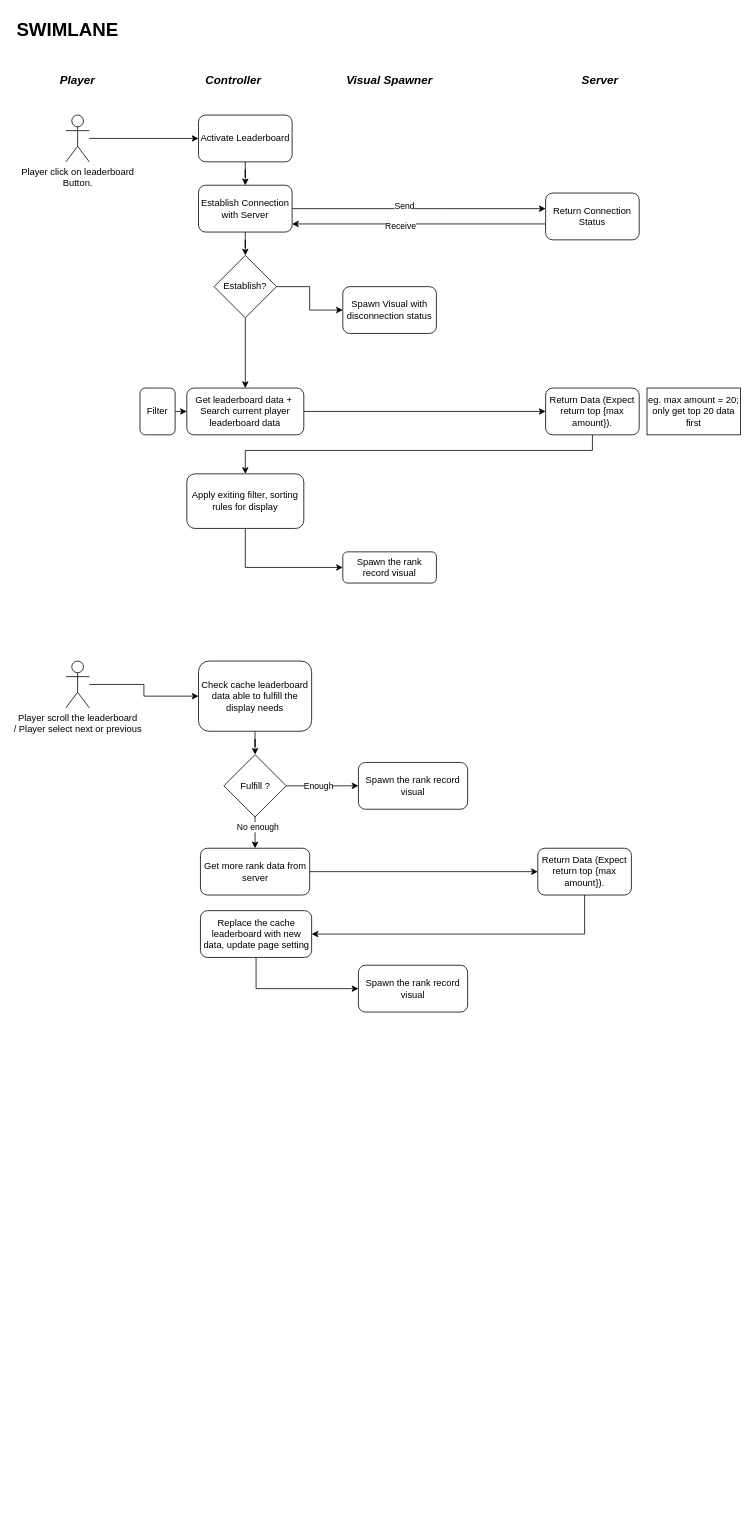
This is page "DRAFT" (9 of 10) of GameUMLDiagram.drawio from JuenWeiHashcode/GameDocumentation, a draw.io file, before an edit. Source tidied: cells renumbered, new cells numbered last; positions are measured from the earlier drawing's top-left corner, leaving out a move shared by most shapes. Both pictures are drawn from the tidied source at 78%, with x=0, y=0 at pixel (15, 13).
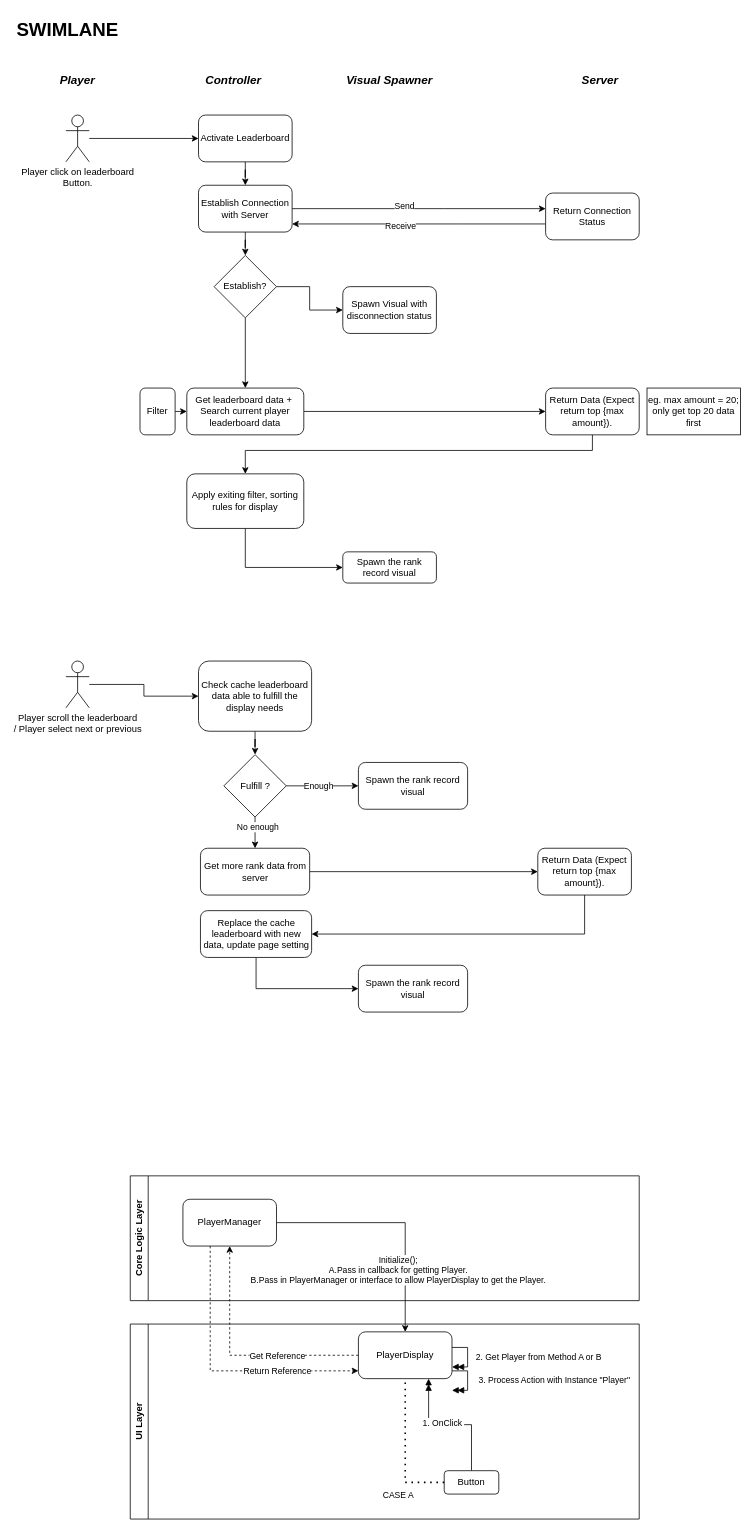
After the change.

Change to the diagram source:
```diff
@@
+    <mxCell id="49" style="edgeStyle=orthogonalEdgeStyle;rounded=0;jettySize=auto;html=1;" parent="1" edge="1" source="53" target="56">
+      <mxGeometry relative="1" as="geometry" />
+    </mxCell>
+    <mxCell id="50" value="Initialize();&lt;div&gt;A.Pass in callback for getting Player.&lt;/div&gt;&lt;div&gt;B.Pass in PlayerManager or interface to allow PlayerDisplay to get the Player.&lt;/div&gt;" style="edgeLabel;html=1;align=center;verticalAlign=middle;" parent="49" vertex="1">
+      <mxGeometry x="-0.38" y="1" relative="1" as="geometry">
+        <mxPoint x="60" y="61" as="offset" />
+      </mxGeometry>
+    </mxCell>
+    <mxCell id="51" style="edgeStyle=orthogonalEdgeStyle;rounded=0;jettySize=auto;html=1;dashed=1;" parent="1" edge="1" source="53" target="56">
+      <mxGeometry relative="1" as="geometry">
+        <Array as="points">
+          <mxPoint x="250" y="1740" />
+        </Array>
+      </mxGeometry>
+    </mxCell>
+    <mxCell id="52" value="Return Reference" style="edgeLabel;html=1;align=center;verticalAlign=middle;" parent="51" vertex="1">
+      <mxGeometry x="0.04" y="2" relative="1" as="geometry">
+        <mxPoint x="63" y="2" as="offset" />
+      </mxGeometry>
+    </mxCell>
+    <mxCell id="53" value="PlayerManager" style="rounded=1;whiteSpace=wrap;html=1;" parent="1" vertex="1">
+      <mxGeometry x="215" y="1520" width="120" height="60" as="geometry" />
+    </mxCell>
+    <mxCell id="54" style="edgeStyle=orthogonalEdgeStyle;rounded=0;jettySize=auto;html=1;entryX=0.5;entryY=1;entryDx=0;entryDy=0;dashed=1;" parent="1" edge="1" source="56" target="53">
+      <mxGeometry relative="1" as="geometry" />
+    </mxCell>
+    <mxCell id="55" value="Get Reference" style="edgeLabel;html=1;align=center;verticalAlign=middle;" parent="54" vertex="1">
+      <mxGeometry x="0.27" relative="1" as="geometry">
+        <mxPoint x="60" y="29" as="offset" />
+      </mxGeometry>
+    </mxCell>
+    <mxCell id="56" value="PlayerDisplay" style="rounded=1;whiteSpace=wrap;html=1;" parent="1" vertex="1">
+      <mxGeometry x="440" y="1690" width="120" height="60" as="geometry" />
+    </mxCell>
+    <mxCell id="57" style="edgeStyle=orthogonalEdgeStyle;rounded=0;jettySize=auto;html=1;entryX=0.75;entryY=1;entryDx=0;entryDy=0;endArrow=doubleBlock;endFill=1;" parent="1" edge="1" source="59" target="56">
+      <mxGeometry relative="1" as="geometry" />
+    </mxCell>
+    <mxCell id="58" value="1. OnClick&amp;nbsp;" style="edgeLabel;html=1;align=center;verticalAlign=middle;" parent="57" vertex="1">
+      <mxGeometry x="0.11" y="-3" relative="1" as="geometry" />
+    </mxCell>
+    <mxCell id="59" value="Button" style="rounded=1;whiteSpace=wrap;html=1;" parent="1" vertex="1">
+      <mxGeometry x="550" y="1868" width="70" height="30" as="geometry" />
+    </mxCell>
+    <mxCell id="60" style="endArrow=none;dashed=1;html=1;dashPattern=1 3;strokeWidth=2;rounded=0;exitX=0;exitY=0.5;exitDx=0;exitDy=0;entryX=0.5;entryY=1;entryDx=0;entryDy=0;" parent="1" edge="1" source="59" target="56">
+      <mxGeometry relative="1" as="geometry">
+        <Array as="points">
+          <mxPoint x="500" y="1883" />
+        </Array>
+      </mxGeometry>
+    </mxCell>
+    <mxCell id="61" value="CASE A" style="edgeLabel;html=1;align=center;verticalAlign=middle;" parent="60" vertex="1">
+      <mxGeometry x="0.03" y="-1" relative="1" as="geometry">
+        <mxPoint x="-11" y="60" as="offset" />
+      </mxGeometry>
+    </mxCell>
+    <mxCell id="62" style="edgeStyle=orthogonalEdgeStyle;rounded=0;orthogonalLoop=1;jettySize=auto;html=1;entryX=1;entryY=0.75;entryDx=0;entryDy=0;endArrow=doubleBlock;endFill=1;" parent="1" edge="1" source="56" target="56">
+      <mxGeometry relative="1" as="geometry">
+        <Array as="points">
+          <mxPoint x="580" y="1710" />
+          <mxPoint x="580" y="1735" />
+        </Array>
+      </mxGeometry>
+    </mxCell>
+    <mxCell id="63" value="2. Get Player from Method A or B" style="edgeLabel;html=1;align=center;verticalAlign=middle;" parent="62" vertex="1">
+      <mxGeometry x="-0.12" y="-2" relative="1" as="geometry">
+        <mxPoint x="92" y="2" as="offset" />
+      </mxGeometry>
+    </mxCell>
+    <mxCell id="64" style="edgeStyle=orthogonalEdgeStyle;rounded=0;orthogonalLoop=1;jettySize=auto;html=1;entryX=1;entryY=0.75;entryDx=0;entryDy=0;endArrow=doubleBlock;endFill=1;" parent="1" edge="1">
+      <mxGeometry relative="1" as="geometry">
+        <mxPoint x="560" y="1740" as="sourcePoint" />
+        <mxPoint x="560" y="1765" as="targetPoint" />
+        <Array as="points">
+          <mxPoint x="580" y="1740" />
+          <mxPoint x="580" y="1765" />
+        </Array>
+      </mxGeometry>
+    </mxCell>
+    <mxCell id="65" value="3. Process Action with Instance &quot;Player&quot;" style="edgeLabel;html=1;align=center;verticalAlign=middle;" parent="64" vertex="1">
+      <mxGeometry x="-0.12" y="-2" relative="1" as="geometry">
+        <mxPoint x="112" y="2" as="offset" />
+      </mxGeometry>
+    </mxCell>
+    <mxCell id="66" value="Core Logic Layer" style="swimlane;horizontal=0;whiteSpace=wrap;html=1;" parent="1" vertex="1">
+      <mxGeometry x="147.5" y="1490" width="652.5" height="160" as="geometry" />
+    </mxCell>
+    <mxCell id="67" value="UI Layer" style="swimlane;horizontal=0;whiteSpace=wrap;html=1;" parent="1" vertex="1">
+      <mxGeometry x="147.5" y="1680" width="652.5" height="250" as="geometry" />
+    </mxCell>
```
